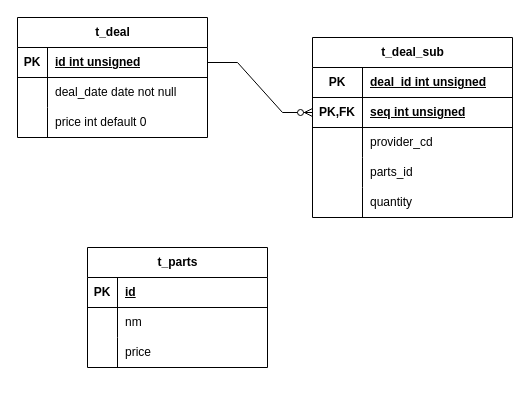
Before: nomal.drawio in haeun0/Back-End, a draw.io diagram. Source tidied: cells renumbered, new cells numbered last; positions are measured from the earlier drawing's top-left corner, leaving out a move shared by most shapes. Both pictures are drawn from the tidied source at 100%, with x=0, y=0 at pixel (17, 17).
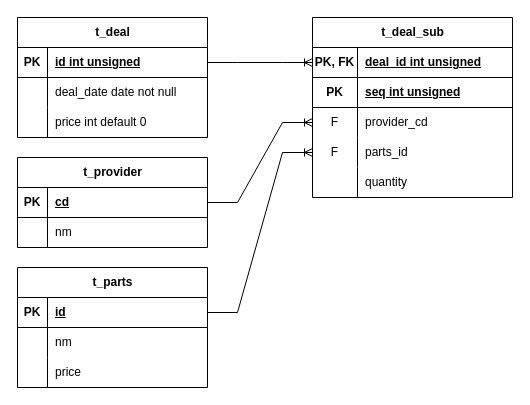
After the change.

Unchanged cells that the change refers to:
```xml
<mxCell id="3" style="shape=tableRow;horizontal=0;startSize=0;swimlaneHead=0;swimlaneBody=0;fillColor=none;points=[[0,0.5],[1,0.5]];portConstraint=eastwest;top=0;left=0;right=0;bottom=1;" parent="2" vertex="1">
  <mxGeometry y="30" width="190" height="30" as="geometry" />
</mxCell>
<mxCell id="13" style="shape=tableRow;horizontal=0;startSize=0;swimlaneHead=0;swimlaneBody=0;fillColor=none;top=0;left=0;right=0;bottom=1;" parent="12" vertex="1">
  <mxGeometry y="30" width="200" height="30" as="geometry" />
</mxCell>
<mxCell id="16" style="shape=tableRow;horizontal=0;startSize=0;swimlaneHead=0;swimlaneBody=0;fillColor=none;points=[[0,0.5],[1,0.5]];portConstraint=eastwest;top=0;left=0;right=0;bottom=1;" parent="12" vertex="1">
  <mxGeometry y="60" width="200" height="30" as="geometry" />
</mxCell>
<mxCell id="19" style="shape=tableRow;horizontal=0;startSize=0;swimlaneHead=0;swimlaneBody=0;fillColor=none;points=[[0,0.5],[1,0.5]];portConstraint=eastwest;top=0;left=0;right=0;bottom=0;" parent="12" vertex="1">
  <mxGeometry y="90" width="200" height="30" as="geometry" />
</mxCell>
<mxCell id="22" style="shape=tableRow;horizontal=0;startSize=0;swimlaneHead=0;swimlaneBody=0;fillColor=none;points=[[0,0.5],[1,0.5]];portConstraint=eastwest;top=0;left=0;right=0;bottom=0;" parent="12" vertex="1">
  <mxGeometry y="120" width="200" height="30" as="geometry" />
</mxCell>
<mxCell id="25" style="shape=tableRow;horizontal=0;startSize=0;swimlaneHead=0;swimlaneBody=0;fillColor=none;top=0;left=0;right=0;bottom=0;" parent="12" vertex="1">
  <mxGeometry y="150" width="200" height="30" as="geometry" />
</mxCell>
```

Diff of the diagram source:
```diff
@@
     <mxCell id="12" value="t_deal_sub" style="shape=table;startSize=30;childLayout=tableLayout;rowLines=0;fontStyle=1;align=center;html=1;" parent="1" vertex="1">
-      <mxGeometry x="295" y="20" width="200" height="180" as="geometry" />
+      <mxGeometry x="295" width="200" height="180" as="geometry" />
     </mxCell>
@@
-    <mxCell id="14" value="PK" style="shape=partialRectangle;fillColor=none;top=0;left=0;bottom=0;right=0;fontStyle=1;overflow=hidden;whiteSpace=wrap;html=1;" parent="13" vertex="1">
-      <mxGeometry width="50" height="30" as="geometry" />
+    <mxCell id="14" value="PK, FK" style="shape=partialRectangle;fillColor=none;top=0;left=0;bottom=0;right=0;fontStyle=1;overflow=hidden;whiteSpace=wrap;html=1;" parent="13" vertex="1">
+      <mxGeometry width="45" height="30" as="geometry" />
     </mxCell>
     <mxCell id="15" value="deal_id int unsigned" style="shape=partialRectangle;fillColor=none;top=0;left=0;bottom=0;right=0;align=left;spacingLeft=6;fontStyle=5;overflow=hidden;whiteSpace=wrap;html=1;" parent="13" vertex="1">
-      <mxGeometry x="50" width="150" height="30" as="geometry" />
+      <mxGeometry x="45" width="155" height="30" as="geometry" />
     </mxCell>
@@
-    <mxCell id="17" value="PK,FK" style="shape=partialRectangle;fillColor=none;top=0;left=0;bottom=0;right=0;fontStyle=1;overflow=hidden;whiteSpace=wrap;html=1;" parent="16" vertex="1">
-      <mxGeometry width="50" height="30" as="geometry" />
+    <mxCell id="17" value="PK" style="shape=partialRectangle;fillColor=none;top=0;left=0;bottom=0;right=0;fontStyle=1;overflow=hidden;whiteSpace=wrap;html=1;" parent="16" vertex="1">
+      <mxGeometry width="45" height="30" as="geometry" />
     </mxCell>
     <mxCell id="18" value="seq int unsigned" style="shape=partialRectangle;fillColor=none;top=0;left=0;bottom=0;right=0;align=left;spacingLeft=6;fontStyle=5;overflow=hidden;whiteSpace=wrap;html=1;" parent="16" vertex="1">
-      <mxGeometry x="50" width="150" height="30" as="geometry" />
+      <mxGeometry x="45" width="155" height="30" as="geometry" />
     </mxCell>
@@
-    <mxCell id="20" style="shape=partialRectangle;fillColor=none;top=0;left=0;bottom=0;right=0;overflow=hidden;whiteSpace=wrap;html=1;" parent="19" vertex="1">
-      <mxGeometry width="50" height="30" as="geometry" />
+    <mxCell id="20" value="F" style="shape=partialRectangle;fillColor=none;top=0;left=0;bottom=0;right=0;overflow=hidden;whiteSpace=wrap;html=1;" parent="19" vertex="1">
+      <mxGeometry width="45" height="30" as="geometry" />
     </mxCell>
     <mxCell id="21" value="provider_cd" style="shape=partialRectangle;fillColor=none;top=0;left=0;bottom=0;right=0;align=left;spacingLeft=6;overflow=hidden;whiteSpace=wrap;html=1;" parent="19" vertex="1">
-      <mxGeometry x="50" width="150" height="30" as="geometry" />
+      <mxGeometry x="45" width="155" height="30" as="geometry" />
     </mxCell>
@@
-    <mxCell id="23" style="shape=partialRectangle;fillColor=none;top=0;left=0;bottom=0;right=0;overflow=hidden;whiteSpace=wrap;html=1;" parent="22" vertex="1">
-      <mxGeometry width="50" height="30" as="geometry" />
+    <mxCell id="23" value="F" style="shape=partialRectangle;fillColor=none;top=0;left=0;bottom=0;right=0;overflow=hidden;whiteSpace=wrap;html=1;" parent="22" vertex="1">
+      <mxGeometry width="45" height="30" as="geometry" />
     </mxCell>
     <mxCell id="24" value="parts_id" style="shape=partialRectangle;fillColor=none;top=0;left=0;bottom=0;right=0;align=left;spacingLeft=6;overflow=hidden;whiteSpace=wrap;html=1;" parent="22" vertex="1">
-      <mxGeometry x="50" width="150" height="30" as="geometry" />
+      <mxGeometry x="45" width="155" height="30" as="geometry" />
     </mxCell>
@@
     <mxCell id="26" style="shape=partialRectangle;fillColor=none;top=0;left=0;bottom=0;right=0;overflow=hidden;whiteSpace=wrap;html=1;" parent="25" vertex="1">
-      <mxGeometry width="50" height="30" as="geometry" />
+      <mxGeometry width="45" height="30" as="geometry" />
     </mxCell>
     <mxCell id="27" value="quantity&amp;nbsp;" style="shape=partialRectangle;fillColor=none;top=0;left=0;bottom=0;right=0;align=left;spacingLeft=6;overflow=hidden;whiteSpace=wrap;html=1;" parent="25" vertex="1">
-      <mxGeometry x="50" width="150" height="30" as="geometry" />
+      <mxGeometry x="45" width="155" height="30" as="geometry" />
     </mxCell>
-    <mxCell id="28" style="edgeStyle=entityRelationEdgeStyle;fontSize=12;html=1;endArrow=ERzeroToMany;endFill=1;rounded=0;exitX=1;exitY=0.5;exitDx=0;exitDy=0;entryX=0;entryY=0.5;entryDx=0;entryDy=0;" parent="1" edge="1" source="3" target="16">
-      <mxGeometry relative="1" as="geometry" />
-    </mxCell>
     <mxCell id="29" value="t_parts" style="shape=table;startSize=30;childLayout=tableLayout;rowLines=0;fontStyle=1;align=center;html=1;" parent="1" vertex="1">
-      <mxGeometry x="70" y="230" width="180" height="120" as="geometry" />
+      <mxGeometry y="250" width="190" height="120" as="geometry" />
     </mxCell>
     <mxCell id="30" style="shape=tableRow;horizontal=0;startSize=0;swimlaneHead=0;swimlaneBody=0;fillColor=none;points=[[0,0.5],[1,0.5]];portConstraint=eastwest;top=0;left=0;right=0;bottom=1;" parent="29" vertex="1">
-      <mxGeometry y="30" width="180" height="30" as="geometry" />
+      <mxGeometry y="30" width="190" height="30" as="geometry" />
     </mxCell>
@@
     <mxCell id="32" value="id" style="shape=partialRectangle;fillColor=none;top=0;left=0;bottom=0;right=0;align=left;spacingLeft=6;fontStyle=5;overflow=hidden;whiteSpace=wrap;html=1;" parent="30" vertex="1">
-      <mxGeometry x="30" width="150" height="30" as="geometry" />
+      <mxGeometry x="30" width="160" height="30" as="geometry" />
     </mxCell>
     <mxCell id="33" style="shape=tableRow;horizontal=0;startSize=0;swimlaneHead=0;swimlaneBody=0;fillColor=none;top=0;left=0;right=0;bottom=0;" parent="29" vertex="1">
-      <mxGeometry y="60" width="180" height="30" as="geometry" />
+      <mxGeometry y="60" width="190" height="30" as="geometry" />
     </mxCell>
@@
     <mxCell id="35" value="nm" style="shape=partialRectangle;fillColor=none;top=0;left=0;bottom=0;right=0;align=left;spacingLeft=6;overflow=hidden;whiteSpace=wrap;html=1;" parent="33" vertex="1">
-      <mxGeometry x="30" width="150" height="30" as="geometry" />
+      <mxGeometry x="30" width="160" height="30" as="geometry" />
     </mxCell>
     <mxCell id="36" style="shape=tableRow;horizontal=0;startSize=0;swimlaneHead=0;swimlaneBody=0;fillColor=none;top=0;left=0;right=0;bottom=0;" parent="29" vertex="1">
-      <mxGeometry y="90" width="180" height="30" as="geometry" />
+      <mxGeometry y="90" width="190" height="30" as="geometry" />
     </mxCell>
@@
     <mxCell id="38" value="price" style="shape=partialRectangle;fillColor=none;top=0;left=0;bottom=0;right=0;align=left;spacingLeft=6;overflow=hidden;whiteSpace=wrap;html=1;" parent="36" vertex="1">
-      <mxGeometry x="30" width="150" height="30" as="geometry" />
+      <mxGeometry x="30" width="160" height="30" as="geometry" />
     </mxCell>
+    <mxCell id="39" style="edgeStyle=entityRelationEdgeStyle;fontSize=12;html=1;endArrow=ERoneToMany;rounded=0;entryX=0;entryY=0.25;entryDx=0;entryDy=0;exitX=1;exitY=0.5;exitDx=0;exitDy=0;" parent="1" edge="1" source="3" target="12">
+      <mxGeometry relative="1" as="geometry" />
+    </mxCell>
+    <mxCell id="40" style="edgeStyle=entityRelationEdgeStyle;fontSize=12;html=1;endArrow=ERoneToMany;rounded=0;exitX=1;exitY=0.5;exitDx=0;exitDy=0;" parent="1" edge="1" source="30" target="22">
+      <mxGeometry relative="1" as="geometry" />
+    </mxCell>
+    <mxCell id="41" value="t_provider" style="shape=table;startSize=30;childLayout=tableLayout;rowLines=0;fontStyle=1;align=center;html=1;" parent="1" vertex="1">
+      <mxGeometry y="140" width="190" height="90" as="geometry" />
+    </mxCell>
+    <mxCell id="42" style="shape=tableRow;horizontal=0;startSize=0;swimlaneHead=0;swimlaneBody=0;fillColor=none;points=[[0,0.5],[1,0.5]];portConstraint=eastwest;top=0;left=0;right=0;bottom=1;" parent="41" vertex="1">
+      <mxGeometry y="30" width="190" height="30" as="geometry" />
+    </mxCell>
+    <mxCell id="43" value="PK" style="shape=partialRectangle;fillColor=none;top=0;left=0;bottom=0;right=0;fontStyle=1;overflow=hidden;whiteSpace=wrap;html=1;" parent="42" vertex="1">
+      <mxGeometry width="30" height="30" as="geometry" />
+    </mxCell>
+    <mxCell id="44" value="cd" style="shape=partialRectangle;fillColor=none;top=0;left=0;bottom=0;right=0;align=left;spacingLeft=6;fontStyle=5;overflow=hidden;whiteSpace=wrap;html=1;" parent="42" vertex="1">
+      <mxGeometry x="30" width="160" height="30" as="geometry" />
+    </mxCell>
+    <mxCell id="45" style="shape=tableRow;horizontal=0;startSize=0;swimlaneHead=0;swimlaneBody=0;fillColor=none;top=0;left=0;right=0;bottom=0;" parent="41" vertex="1">
+      <mxGeometry y="60" width="190" height="30" as="geometry" />
+    </mxCell>
+    <mxCell id="46" style="shape=partialRectangle;fillColor=none;top=0;left=0;bottom=0;right=0;overflow=hidden;whiteSpace=wrap;html=1;" parent="45" vertex="1">
+      <mxGeometry width="30" height="30" as="geometry" />
+    </mxCell>
+    <mxCell id="47" value="nm" style="shape=partialRectangle;fillColor=none;top=0;left=0;bottom=0;right=0;align=left;spacingLeft=6;overflow=hidden;whiteSpace=wrap;html=1;" parent="45" vertex="1">
+      <mxGeometry x="30" width="160" height="30" as="geometry" />
+    </mxCell>
+    <mxCell id="48" style="edgeStyle=entityRelationEdgeStyle;fontSize=12;html=1;endArrow=ERoneToMany;rounded=0;exitX=1;exitY=0.5;exitDx=0;exitDy=0;entryX=0;entryY=0.5;entryDx=0;entryDy=0;" parent="1" edge="1" source="42" target="19">
+      <mxGeometry relative="1" as="geometry" />
+    </mxCell>
```
